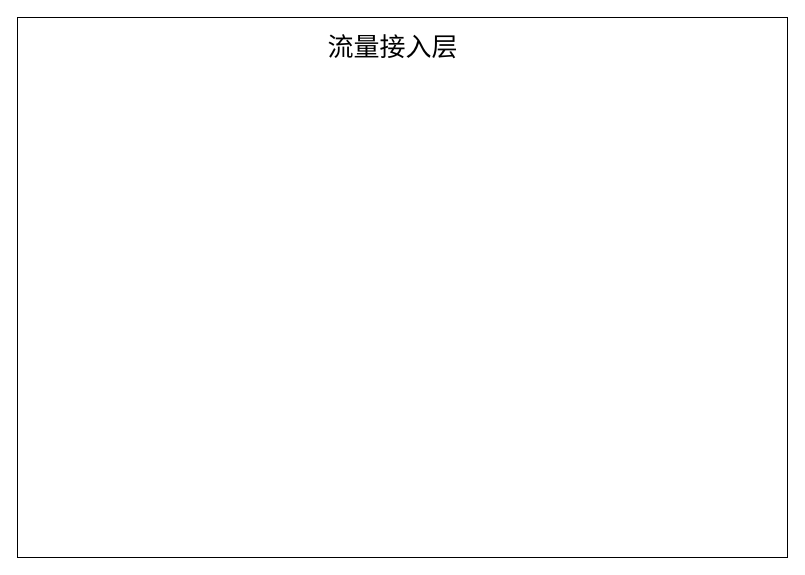
Above: 亿级流量架构.drawio in cainiao0131/diagram (draw.io), before the change. Source tidied: cells renumbered, new cells numbered last; positions are measured from the earlier drawing's top-left corner, leaving out a move shared by most shapes. Both pictures are drawn from the tidied source at 100%, with x=0, y=0 at pixel (17, 17).
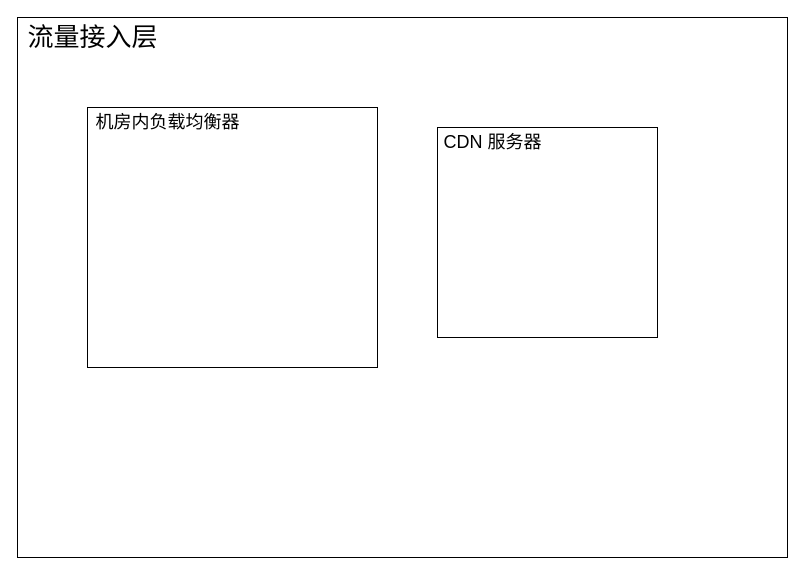
The same diagram, later.

Commit message (it also covers changes not shown here):
Update 亿级流量架构.drawio

The edit, as a diff of the source:
```diff
@@
 <mxGraphModel>
   <root>
     <mxCell id="0" />
     <mxCell id="1" parent="0" />
+    <mxCell id="4" style="group;" parent="1" vertex="1">
+      <mxGeometry width="770" height="540" as="geometry" />
+    </mxCell>
-    <mxCell id="2" style="rounded=0;whiteSpace=wrap;html=1;" parent="1" vertex="1">
+    <mxCell id="2" style="rounded=0;whiteSpace=wrap;html=1;" parent="4" vertex="1">
       <mxGeometry width="770" height="540" as="geometry" />
     </mxCell>
-    <mxCell id="3" value="流量接入层" style="text;html=1;align=center;verticalAlign=middle;fontSize=26;" parent="1" vertex="1">
-      <mxGeometry x="300" y="10" width="150" height="40" as="geometry" />
+    <mxCell id="3" value="流量接入层" style="text;html=1;align=center;verticalAlign=middle;fontSize=26;" parent="4" vertex="1">
+      <mxGeometry width="150" height="40" as="geometry" />
     </mxCell>
+    <mxCell id="5" style="group;" parent="1" vertex="1">
+      <mxGeometry x="70" y="90" width="290" height="260" as="geometry" />
+    </mxCell>
+    <mxCell id="6" style="rounded=0;whiteSpace=wrap;html=1;fontSize=26;" parent="5" vertex="1">
+      <mxGeometry width="290" height="260" as="geometry" />
+    </mxCell>
+    <mxCell id="7" value="机房内负载均衡器" style="text;html=1;align=center;verticalAlign=middle;fontSize=18;" parent="5" vertex="1">
+      <mxGeometry width="160" height="30" as="geometry" />
+    </mxCell>
+    <mxCell id="8" style="group;" parent="1" vertex="1">
+      <mxGeometry x="420" y="110" width="220" height="210" as="geometry" />
+    </mxCell>
+    <mxCell id="9" style="rounded=0;whiteSpace=wrap;html=1;fontSize=20;" parent="8" vertex="1">
+      <mxGeometry width="220" height="210" as="geometry" />
+    </mxCell>
+    <mxCell id="10" value="CDN 服务器" style="text;html=1;align=center;verticalAlign=middle;fontSize=18;" parent="8" vertex="1">
+      <mxGeometry width="110" height="30" as="geometry" />
+    </mxCell>
   </root>
 </mxGraphModel>
```
